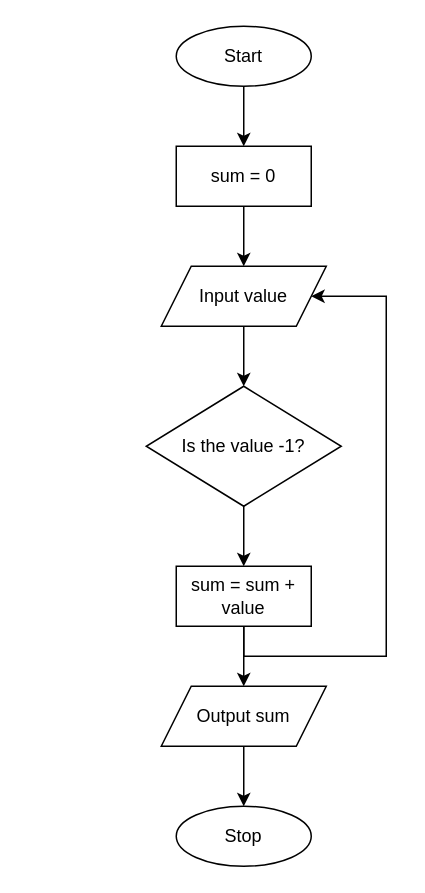
This is Problem2_Potestades.drawio from northpotestades/DSA-CPE-010-CPE-21S1, a draw.io file, before an edit. Source tidied: cells renumbered, new cells numbered last; positions are measured from the earlier drawing's top-left corner, leaving out a move shared by most shapes. Both pictures are drawn from the tidied source at 150%, with x=0, y=0 at pixel (146, 26).
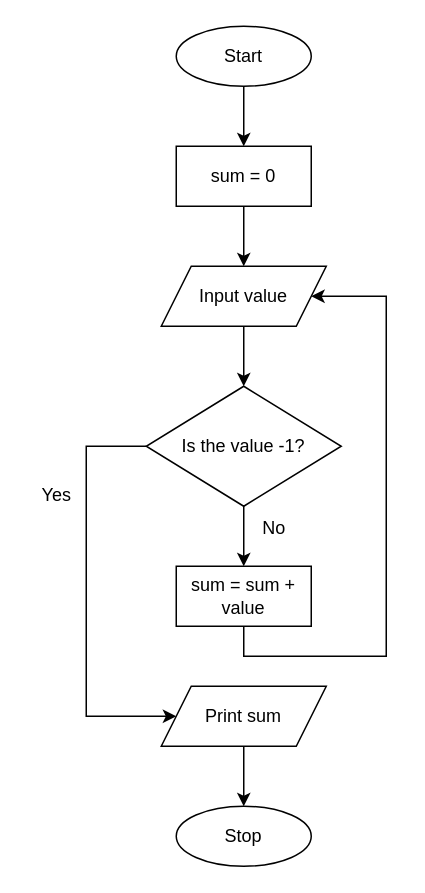
Above is the later version.

The change refers to these unchanged cells:
```xml
<mxCell id="9" value="Is the value -1?" style="rhombus;whiteSpace=wrap;html=1;" parent="1" vertex="1">
  <mxGeometry y="240" width="130" height="80" as="geometry" />
</mxCell>
<mxCell id="12" value="sum = sum + value" style="rounded=0;whiteSpace=wrap;html=1;" parent="1" vertex="1">
  <mxGeometry x="20" y="360" width="90" height="40" as="geometry" />
</mxCell>
```

Change to the diagram source:
```diff
@@
+    <mxCell id="16" style="edgeStyle=orthogonalEdgeStyle;rounded=0;jettySize=auto;html=1;entryX=0;entryY=0.5;entryDx=0;entryDy=0;" parent="1" edge="1" source="9" target="14">
+      <mxGeometry relative="1" as="geometry">
+        <Array as="points">
+          <mxPoint x="-40" y="280" />
+          <mxPoint x="-40" y="460" />
+        </Array>
+      </mxGeometry>
+    </mxCell>
@@
-    <mxCell id="10" style="edgeStyle=orthogonalEdgeStyle;rounded=0;jettySize=auto;html=1;entryX=0.5;entryY=0;entryDx=0;entryDy=0;" parent="1" edge="1" source="12">
-      <mxGeometry relative="1" as="geometry">
-        <mxPoint x="65" y="440" as="targetPoint" />
-      </mxGeometry>
-    </mxCell>
@@
-    <mxCell id="14" value="Output sum" style="shape=parallelogram;perimeter=parallelogramPerimeter;whiteSpace=wrap;html=1;fixedSize=1;" parent="1" vertex="1">
+    <mxCell id="14" value="Print sum" style="shape=parallelogram;perimeter=parallelogramPerimeter;whiteSpace=wrap;html=1;fixedSize=1;" parent="1" vertex="1">
       <mxGeometry x="10" y="440" width="110" height="40" as="geometry" />
     </mxCell>
@@
+    <mxCell id="17" value="No" style="text;html=1;align=center;verticalAlign=middle;strokeColor=none;fillColor=none;" parent="1" vertex="1">
+      <mxGeometry x="65" y="320" width="40" height="30" as="geometry" />
+    </mxCell>
+    <mxCell id="18" value="Yes" style="text;html=1;align=center;verticalAlign=middle;strokeColor=none;fillColor=none;" parent="1" vertex="1">
+      <mxGeometry x="-80" y="298" width="40" height="30" as="geometry" />
+    </mxCell>
```
